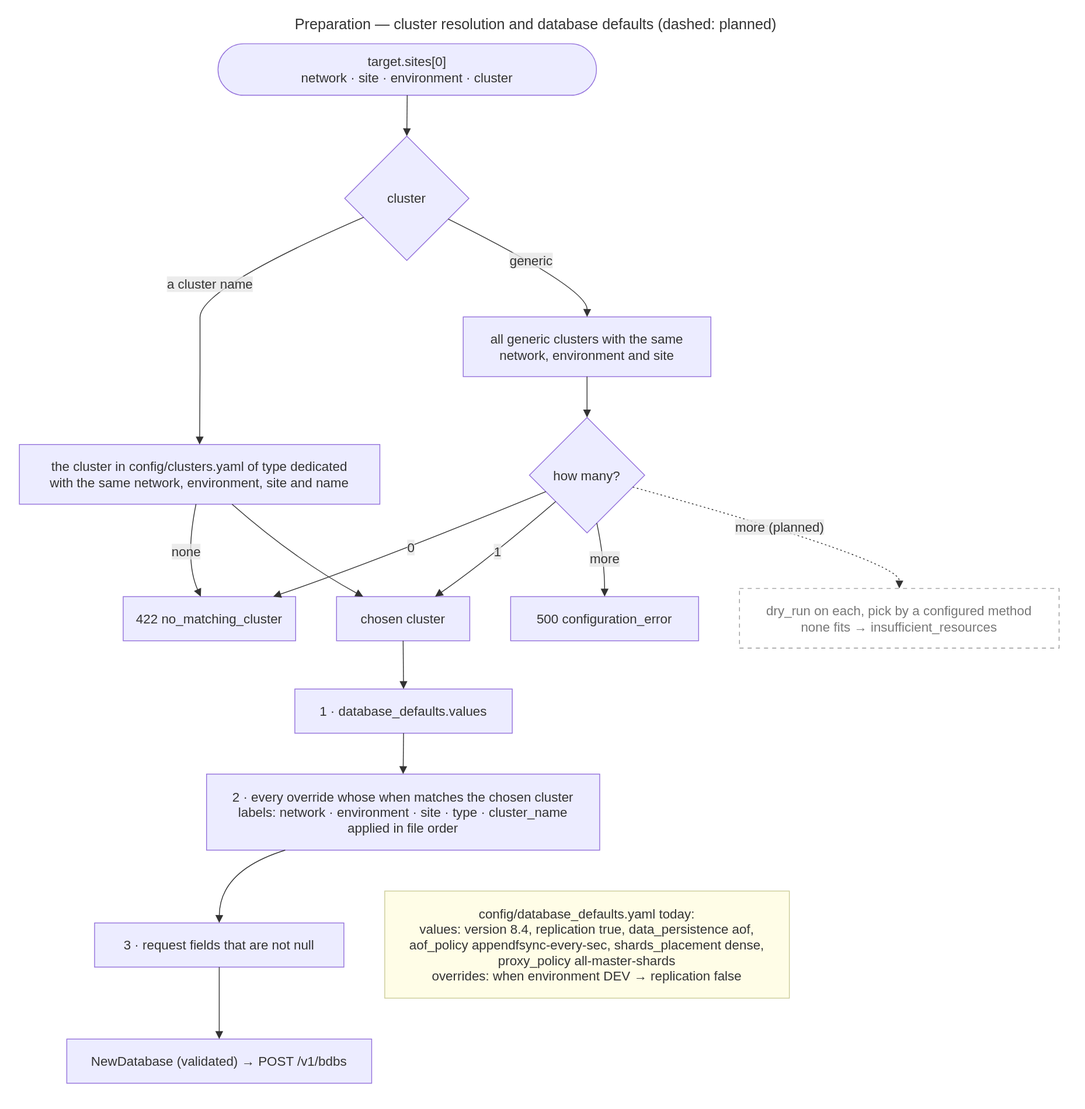
EliShteinman/redis-enterprise-services keeps this draw.io diagram as docs/diagrams/13-flow-cluster-and-defaults.drawio.svg. Above is the earlier version. Source tidied: cells renumbered, new cells last; positions are measured from the earlier drawing's top-left corner, leaving out a move shared by most shapes.
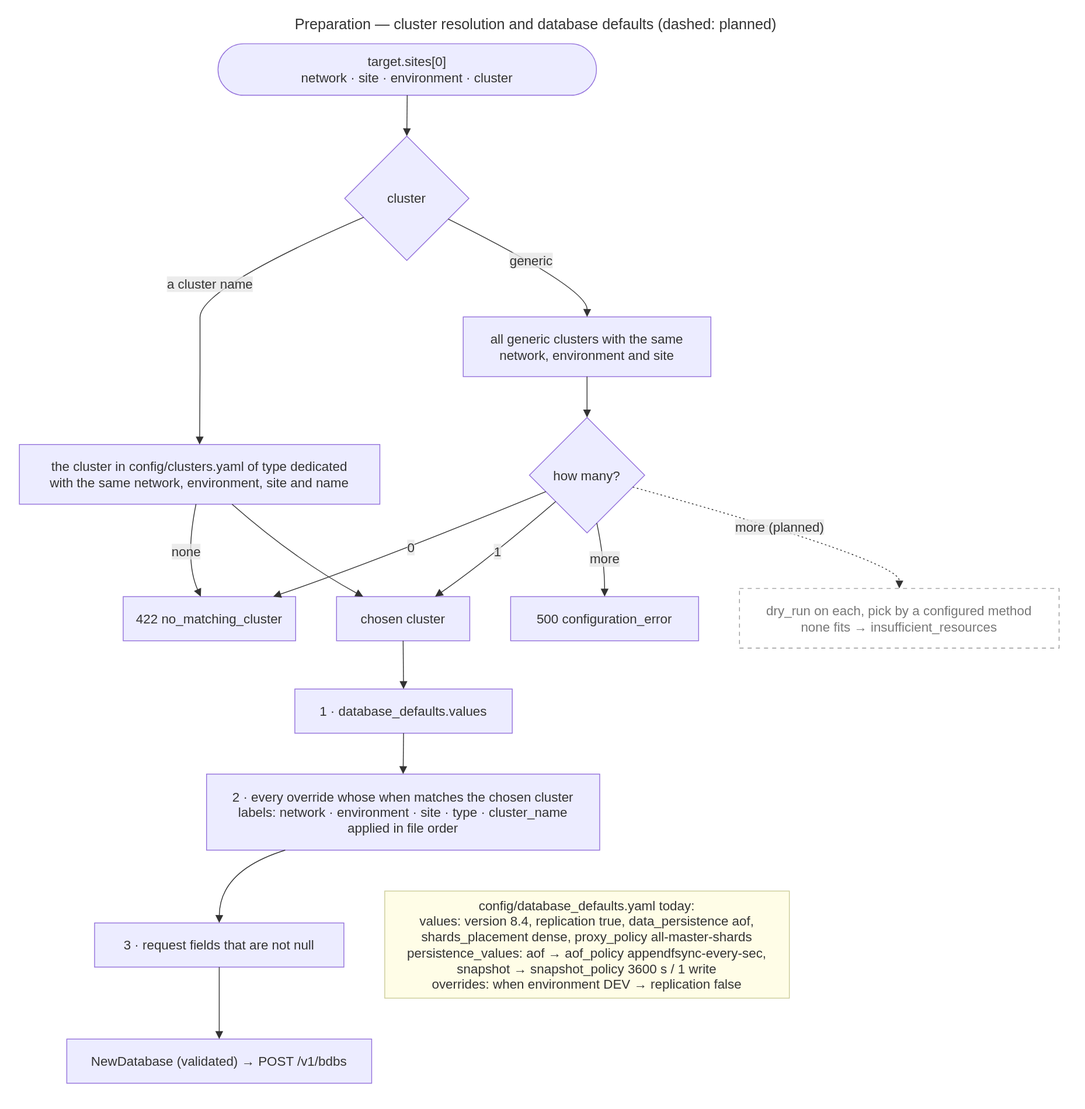
After the change.

Commit message:
docs: persistence settings follow the persistence mode, and snapshot gets a default policy

Change to the diagram source:
```diff
@@ -41,7 +41,7 @@
     <mxCell id="14" value="NewDatabase (validated) → POST /v1/bdbs" style="html=1;whiteSpace=wrap;strokeWidth=1;fillColor=light-dark(#ECECFF,#1f2020);strokeColor=light-dark(#9370DB,#cccccc);fontColor=light-dark(#333333,#cccccc);fontFamily=Trebuchet MS,Verdana,Arial,sans-serif;fontSize=16;" parent="1" vertex="1">
       <mxGeometry x="66" y="1255" width="373" height="54" as="geometry" />
     </mxCell>
-    <mxCell id="15" value="config/database_defaults.yaml today:&#10;values: version 8.4, replication true, data_persistence aof,&#10;aof_policy appendfsync-every-sec, shards_placement dense,&#10;proxy_policy all-master-shards&#10;overrides: when environment DEV → replication false" style="html=1;whiteSpace=wrap;strokeWidth=1;fillColor=#fffde7;strokeColor=#cccc99;fontColor=light-dark(#333333,#cccccc);fontFamily=Trebuchet MS,Verdana,Arial,sans-serif;fontSize=16;" parent="1" vertex="1">
+    <mxCell id="15" value="config/database_defaults.yaml today:&#10;values: version 8.4, replication true, data_persistence aof,&#10;shards_placement dense, proxy_policy all-master-shards&#10;persistence_values: aof → aof_policy appendfsync-every-sec,&#10;snapshot → snapshot_policy 3600 s / 1 write&#10;overrides: when environment DEV → replication false" style="html=1;whiteSpace=wrap;strokeWidth=1;fillColor=#fffde7;strokeColor=#cccc99;fontColor=light-dark(#333333,#cccccc);fontFamily=Trebuchet MS,Verdana,Arial,sans-serif;fontSize=16;" parent="1" vertex="1">
       <mxGeometry x="455" y="1074" width="495" height="131" as="geometry" />
     </mxCell>
     <mxCell id="16" style="curved=1;startArrow=none;endArrow=block;endSize=7;strokeColor=light-dark(#333333,#cccccc);exitX=0.5;exitY=1;entryX=0.5;entryY=0;" parent="1" edge="1" source="2" target="3">
```
